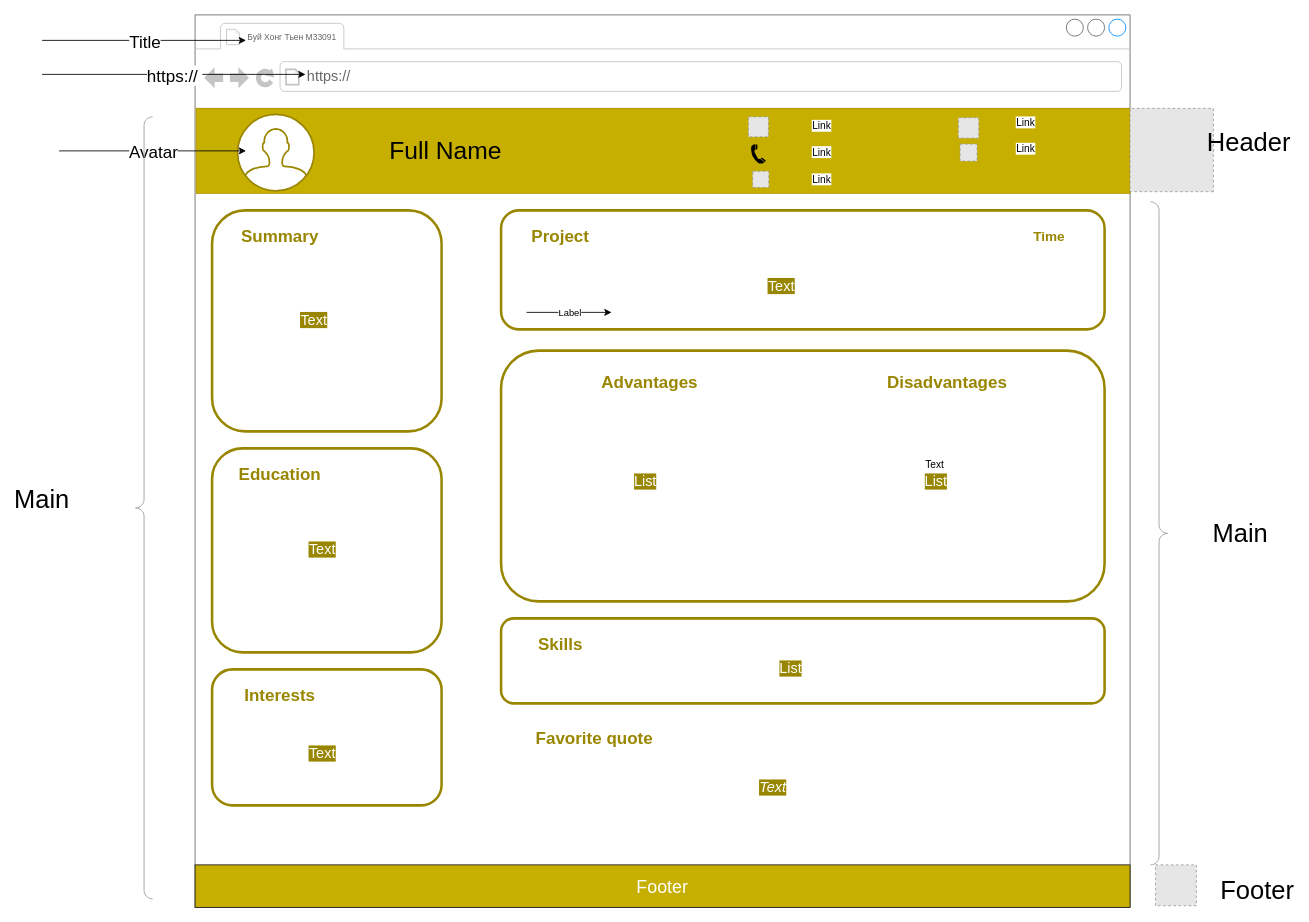
Before: Untitled Diagram.drawio in BuiHongChien/resume-layout, a draw.io diagram. Source tidied: cells renumbered, new cells numbered last; positions are measured from the earlier drawing's top-left corner, leaving out a move shared by most shapes. Both pictures are drawn from the tidied source at 85%, with x=0, y=0 at pixel (25, 14). Pictures stored in the file or linked from it are replaced by grey dashed boxes.
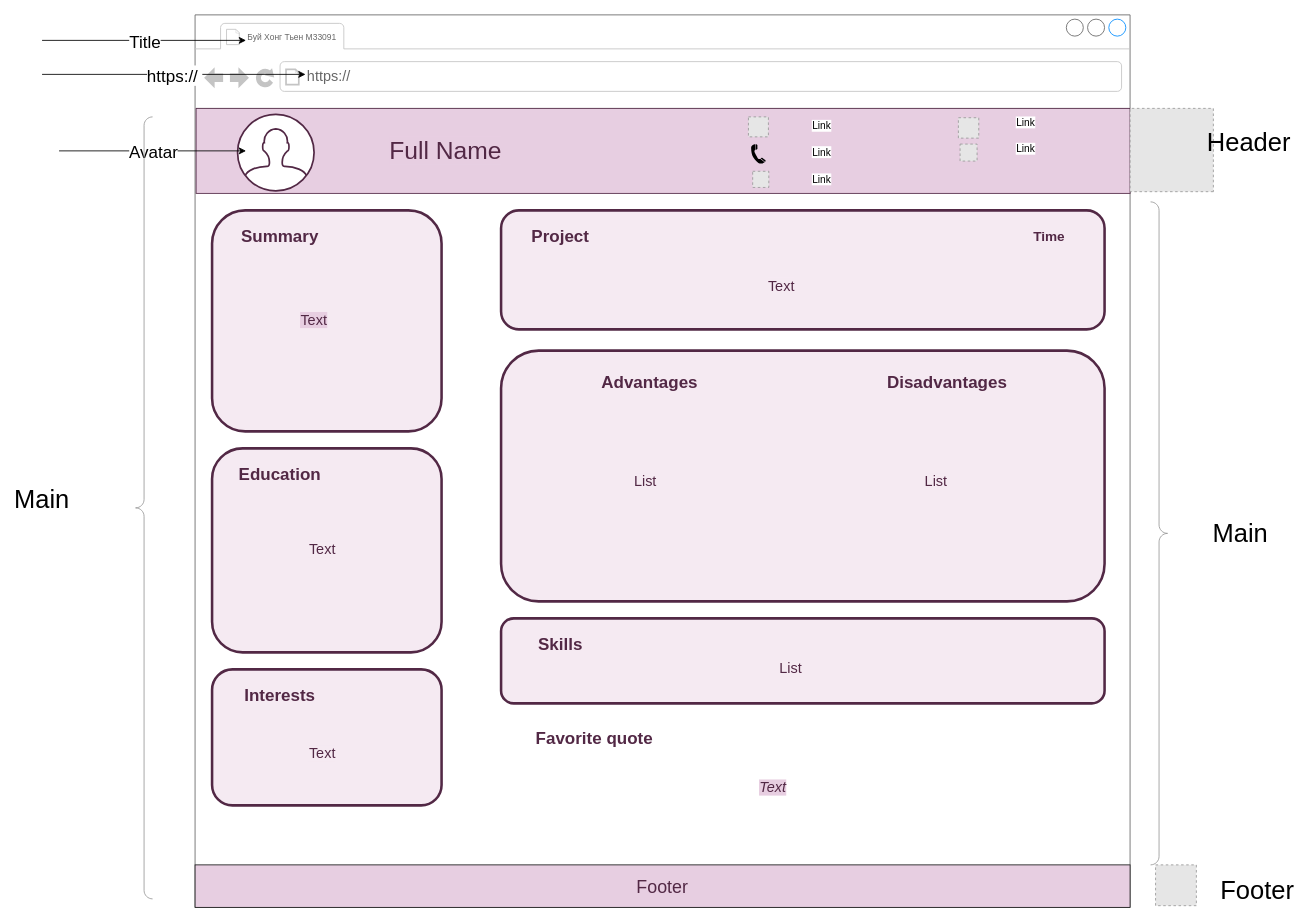
Above is the later version.

Commit message:
Update design graph

The change refers to these unchanged cells:
```xml
<mxCell id="2" style="strokeWidth=1;shadow=0;dashed=0;align=center;html=1;shape=mxgraph.mockup.containers.browserWindow;rSize=0;strokeColor=#666666;strokeColor2=#008cff;strokeColor3=#c4c4c4;mainText=,;" parent="1" vertex="1">
  <mxGeometry x="200" width="1100" height="1050" as="geometry" />
</mxCell>
```

What changed in the source:
```diff
@@
-    <mxCell id="5" style="whiteSpace=wrap;html=1;shadow=0;dashed=0;fontSize=10;align=left;strokeColor=#B09500;fontColor=#ffffff;fillColor=#C7AF00;" parent="2" vertex="1">
+    <mxCell id="5" style="whiteSpace=wrap;html=1;shadow=0;dashed=0;fontSize=10;align=left;fontColor=#522845;fillColor=#e7cee1;strokeColor=#522845;" parent="2" vertex="1">
       <mxGeometry x="1.2" y="110" width="1098.8" height="100" as="geometry" />
     </mxCell>
-    <mxCell id="6" style="html=1;verticalLabelPosition=bottom;align=center;labelBackgroundColor=#ffffff;verticalAlign=top;strokeWidth=2;shadow=0;dashed=0;shape=mxgraph.ios7.icons.user;strokeColor=#998600;" parent="2" vertex="1">
+    <mxCell id="6" style="html=1;verticalLabelPosition=bottom;align=center;labelBackgroundColor=#ffffff;verticalAlign=top;strokeWidth=2;shadow=0;dashed=0;shape=mxgraph.ios7.icons.user;strokeColor=#522845;" parent="2" vertex="1">
       <mxGeometry x="50" y="117" width="90" height="90" as="geometry" />
     </mxCell>
-    <mxCell id="7" value="&lt;font style=&quot;font-size: 29px ; background-color: rgb(199 , 175 , 0)&quot;&gt;Full Name&lt;/font&gt;" style="text;html=1;strokeColor=none;fillColor=none;align=center;verticalAlign=middle;whiteSpace=wrap;rounded=0;" parent="2" vertex="1">
+    <mxCell id="7" value="&lt;font style=&quot;font-size: 29px ; background-color: rgb(231 , 206 , 225)&quot; color=&quot;#522845&quot;&gt;Full Name&lt;/font&gt;" style="text;html=1;strokeColor=none;fillColor=none;align=center;verticalAlign=middle;whiteSpace=wrap;rounded=0;" parent="2" vertex="1">
       <mxGeometry x="160" y="140" width="270" height="40" as="geometry" />
     </mxCell>
@@
-    <mxCell id="14" style="rounded=1;whiteSpace=wrap;html=1;strokeColor=#998600;strokeWidth=3;" parent="2" vertex="1">
+    <mxCell id="14" style="rounded=1;whiteSpace=wrap;html=1;strokeWidth=3;labelBorderColor=#522845;strokeColor=#522845;fillColor=#f5eaf2;" parent="2" vertex="1">
       <mxGeometry x="20" y="230" width="270" height="260" as="geometry" />
     </mxCell>
-    <mxCell id="15" value="&lt;font size=&quot;1&quot; color=&quot;#998600&quot;&gt;&lt;b style=&quot;font-size: 20px&quot;&gt;Summary&lt;/b&gt;&lt;/font&gt;" style="text;html=1;strokeColor=none;fillColor=none;align=center;verticalAlign=middle;whiteSpace=wrap;rounded=0;" parent="2" vertex="1">
+    <mxCell id="15" value="&lt;font size=&quot;1&quot; color=&quot;#522845&quot;&gt;&lt;b style=&quot;font-size: 20px&quot;&gt;Summary&lt;/b&gt;&lt;/font&gt;" style="text;html=1;strokeColor=none;fillColor=none;align=center;verticalAlign=middle;whiteSpace=wrap;rounded=0;" parent="2" vertex="1">
       <mxGeometry x="80" y="250" width="40" height="20" as="geometry" />
     </mxCell>
-    <mxCell id="16" value="&lt;font color=&quot;#ffffff&quot; style=&quot;font-size: 17px ; background-color: rgb(153 , 134 , 0)&quot;&gt;Text&lt;/font&gt;" style="text;html=1;strokeColor=none;fillColor=none;align=center;verticalAlign=middle;whiteSpace=wrap;rounded=0;" parent="2" vertex="1">
+    <mxCell id="16" value="&lt;font style=&quot;font-size: 17px ; background-color: rgb(231 , 206 , 225)&quot; color=&quot;#522845&quot;&gt;Text&lt;/font&gt;" style="text;html=1;strokeColor=none;fillColor=none;align=center;verticalAlign=middle;whiteSpace=wrap;rounded=0;" parent="2" vertex="1">
       <mxGeometry x="90" y="320" width="100" height="80" as="geometry" />
     </mxCell>
-    <mxCell id="17" style="rounded=1;whiteSpace=wrap;html=1;strokeColor=#998600;strokeWidth=3;" parent="2" vertex="1">
+    <mxCell id="17" style="rounded=1;whiteSpace=wrap;html=1;strokeWidth=3;strokeColor=#522845;fillColor=#F5EAF2;" parent="2" vertex="1">
       <mxGeometry x="20" y="510" width="270" height="240" as="geometry" />
     </mxCell>
-    <mxCell id="18" value="&lt;font style=&quot;font-size: 20px&quot; color=&quot;#998600&quot;&gt;&lt;b&gt;Education&lt;/b&gt;&lt;/font&gt;" style="text;html=1;strokeColor=none;fillColor=none;align=center;verticalAlign=middle;whiteSpace=wrap;rounded=0;" parent="2" vertex="1">
+    <mxCell id="18" value="&lt;font style=&quot;font-size: 20px&quot; color=&quot;#522845&quot;&gt;&lt;b&gt;Education&lt;/b&gt;&lt;/font&gt;" style="text;html=1;strokeColor=none;fillColor=none;align=center;verticalAlign=middle;whiteSpace=wrap;rounded=0;" parent="2" vertex="1">
       <mxGeometry x="50" y="530" width="100" height="20" as="geometry" />
     </mxCell>
-    <mxCell id="19" value="&lt;font color=&quot;#ffffff&quot; style=&quot;font-size: 17px ; background-color: rgb(153 , 134 , 0)&quot;&gt;Text&lt;/font&gt;" style="text;html=1;strokeColor=none;fillColor=none;align=center;verticalAlign=middle;whiteSpace=wrap;rounded=0;" parent="2" vertex="1">
+    <mxCell id="19" value="&lt;font style=&quot;font-size: 17px ; background-color: rgb(245 , 234 , 242)&quot; color=&quot;#522845&quot;&gt;Text&lt;/font&gt;" style="text;html=1;strokeColor=none;fillColor=none;align=center;verticalAlign=middle;whiteSpace=wrap;rounded=0;" parent="2" vertex="1">
       <mxGeometry x="100" y="590" width="100" height="80" as="geometry" />
     </mxCell>
@@
-    <mxCell id="24" style="rounded=1;whiteSpace=wrap;html=1;strokeColor=#998600;strokeWidth=3;fillColor=#FFFFFF;" parent="2" vertex="1">
+    <mxCell id="24" style="rounded=1;whiteSpace=wrap;html=1;strokeWidth=3;strokeColor=#522845;fillColor=#F5EAF2;" parent="2" vertex="1">
       <mxGeometry x="360" y="230" width="710" height="140" as="geometry" />
     </mxCell>
-    <mxCell id="25" value="&lt;font size=&quot;1&quot; color=&quot;#998600&quot;&gt;&lt;b style=&quot;font-size: 20px&quot;&gt;Project&lt;/b&gt;&lt;/font&gt;" style="text;html=1;strokeColor=none;fillColor=none;align=center;verticalAlign=middle;whiteSpace=wrap;rounded=0;" parent="2" vertex="1">
+    <mxCell id="25" value="&lt;font size=&quot;1&quot; color=&quot;#522845&quot;&gt;&lt;b style=&quot;font-size: 20px&quot;&gt;Project&lt;/b&gt;&lt;/font&gt;" style="text;html=1;strokeColor=none;fillColor=none;align=center;verticalAlign=middle;whiteSpace=wrap;rounded=0;" parent="2" vertex="1">
       <mxGeometry x="390" y="250" width="80" height="20" as="geometry" />
     </mxCell>
-    <mxCell id="26" value="&lt;font size=&quot;1&quot; color=&quot;#998600&quot;&gt;&lt;b style=&quot;font-size: 16px&quot;&gt;Time&lt;/b&gt;&lt;/font&gt;" style="text;html=1;strokeColor=none;fillColor=none;align=center;verticalAlign=middle;whiteSpace=wrap;rounded=0;" parent="2" vertex="1">
+    <mxCell id="26" value="&lt;font size=&quot;1&quot; color=&quot;#522845&quot;&gt;&lt;b style=&quot;font-size: 16px&quot;&gt;Time&lt;/b&gt;&lt;/font&gt;" style="text;html=1;strokeColor=none;fillColor=none;align=center;verticalAlign=middle;whiteSpace=wrap;rounded=0;" parent="2" vertex="1">
       <mxGeometry x="985" y="250" width="40" height="20" as="geometry" />
     </mxCell>
-    <mxCell id="27" value="&lt;font color=&quot;#ffffff&quot; style=&quot;font-size: 17px ; background-color: rgb(153 , 134 , 0)&quot;&gt;Text&lt;/font&gt;" style="text;html=1;strokeColor=none;fillColor=none;align=center;verticalAlign=middle;whiteSpace=wrap;rounded=0;" parent="2" vertex="1">
+    <mxCell id="27" value="&lt;font style=&quot;font-size: 17px ; background-color: rgb(245 , 234 , 242)&quot; color=&quot;#522845&quot;&gt;Text&lt;/font&gt;" style="text;html=1;strokeColor=none;fillColor=none;align=center;verticalAlign=middle;whiteSpace=wrap;rounded=0;" parent="2" vertex="1">
       <mxGeometry x="640" y="280" width="100" height="80" as="geometry" />
     </mxCell>
-    <mxCell id="28" style="rounded=1;whiteSpace=wrap;html=1;strokeColor=#998600;strokeWidth=3;fillColor=#FFFFFF;" parent="2" vertex="1">
+    <mxCell id="28" style="rounded=1;whiteSpace=wrap;html=1;strokeWidth=3;labelBorderColor=#522845;strokeColor=#522845;fillColor=#F5EAF2;" parent="2" vertex="1">
       <mxGeometry x="360" y="395" width="710" height="295" as="geometry" />
     </mxCell>
-    <mxCell id="29" value="&lt;div&gt;&lt;font color=&quot;#998600&quot;&gt;&lt;span style=&quot;font-size: 20px&quot;&gt;&lt;b&gt;Advantages&lt;/b&gt;&lt;/span&gt;&lt;/font&gt;&lt;/div&gt;&lt;div&gt;&lt;br&gt;&lt;/div&gt;" style="text;html=1;strokeColor=none;fillColor=none;align=center;verticalAlign=middle;whiteSpace=wrap;rounded=0;" parent="2" vertex="1">
+    <mxCell id="29" value="&lt;div&gt;&lt;span style=&quot;font-size: 20px&quot;&gt;&lt;b&gt;&lt;font color=&quot;#522845&quot;&gt;Advantages&lt;/font&gt;&lt;/b&gt;&lt;/span&gt;&lt;/div&gt;&lt;div&gt;&lt;br&gt;&lt;/div&gt;" style="text;html=1;strokeColor=none;fillColor=none;align=center;verticalAlign=middle;whiteSpace=wrap;rounded=0;" parent="2" vertex="1">
       <mxGeometry x="480" y="430" width="110" height="20" as="geometry" />
     </mxCell>
-    <mxCell id="30" value="&lt;div&gt;&lt;font color=&quot;#998600&quot;&gt;&lt;span style=&quot;font-size: 20px&quot;&gt;&lt;b&gt;Disadvantages&lt;/b&gt;&lt;/span&gt;&lt;/font&gt;&lt;/div&gt;&lt;div&gt;&lt;br&gt;&lt;/div&gt;" style="text;html=1;strokeColor=none;fillColor=none;align=center;verticalAlign=middle;whiteSpace=wrap;rounded=0;" parent="2" vertex="1">
+    <mxCell id="30" value="&lt;div&gt;&lt;span style=&quot;font-size: 20px&quot;&gt;&lt;b&gt;&lt;font color=&quot;#522845&quot;&gt;Disadvantages&lt;/font&gt;&lt;/b&gt;&lt;/span&gt;&lt;/div&gt;&lt;div&gt;&lt;br&gt;&lt;/div&gt;" style="text;html=1;strokeColor=none;fillColor=none;align=center;verticalAlign=middle;whiteSpace=wrap;rounded=0;" parent="2" vertex="1">
       <mxGeometry x="830" y="430" width="110" height="20" as="geometry" />
     </mxCell>
-    <mxCell id="31" value="&lt;font color=&quot;#ffffff&quot; style=&quot;font-size: 17px ; background-color: rgb(153 , 134 , 0)&quot;&gt;List&lt;/font&gt;" style="text;html=1;strokeColor=none;fillColor=none;align=center;verticalAlign=middle;whiteSpace=wrap;rounded=0;" parent="2" vertex="1">
+    <mxCell id="31" value="&lt;font style=&quot;font-size: 17px ; background-color: rgb(245 , 234 , 242)&quot; color=&quot;#522845&quot;&gt;List&lt;/font&gt;" style="text;html=1;strokeColor=none;fillColor=none;align=center;verticalAlign=middle;whiteSpace=wrap;rounded=0;" parent="2" vertex="1">
       <mxGeometry x="480" y="510" width="100" height="80" as="geometry" />
     </mxCell>
-    <mxCell id="32" value="&lt;font color=&quot;#ffffff&quot; style=&quot;font-size: 17px ; background-color: rgb(153 , 134 , 0)&quot;&gt;List&lt;/font&gt;" style="text;html=1;strokeColor=none;fillColor=none;align=center;verticalAlign=middle;whiteSpace=wrap;rounded=0;" parent="2" vertex="1">
+    <mxCell id="32" value="&lt;font style=&quot;font-size: 17px ; background-color: rgb(245 , 234 , 242)&quot; color=&quot;#522845&quot;&gt;List&lt;/font&gt;" style="text;html=1;strokeColor=none;fillColor=none;align=center;verticalAlign=middle;whiteSpace=wrap;rounded=0;" parent="2" vertex="1">
       <mxGeometry x="822" y="510" width="100" height="80" as="geometry" />
     </mxCell>
-    <mxCell id="33" style="rounded=1;whiteSpace=wrap;html=1;strokeColor=#998600;strokeWidth=3;fillColor=#FFFFFF;" parent="2" vertex="1">
+    <mxCell id="33" style="rounded=1;whiteSpace=wrap;html=1;strokeWidth=3;strokeColor=#522845;fillColor=#F5EAF2;" parent="2" vertex="1">
       <mxGeometry x="360" y="710" width="710" height="100" as="geometry" />
     </mxCell>
-    <mxCell id="34" value="&lt;div&gt;&lt;font color=&quot;#998600&quot;&gt;&lt;span style=&quot;font-size: 20px&quot;&gt;&lt;b&gt;Skills&lt;/b&gt;&lt;/span&gt;&lt;/font&gt;&lt;/div&gt;" style="text;html=1;strokeColor=none;fillColor=none;align=center;verticalAlign=middle;whiteSpace=wrap;rounded=0;" parent="2" vertex="1">
+    <mxCell id="34" value="&lt;div&gt;&lt;span style=&quot;font-size: 20px&quot;&gt;&lt;b&gt;&lt;font color=&quot;#522845&quot;&gt;Skills&lt;/font&gt;&lt;/b&gt;&lt;/span&gt;&lt;/div&gt;" style="text;html=1;strokeColor=none;fillColor=none;align=center;verticalAlign=middle;whiteSpace=wrap;rounded=0;" parent="2" vertex="1">
       <mxGeometry x="400" y="730" width="60" height="20" as="geometry" />
     </mxCell>
-    <mxCell id="35" value="&lt;font color=&quot;#ffffff&quot; style=&quot;font-size: 17px ; background-color: rgb(153 , 134 , 0)&quot;&gt;List&lt;/font&gt;" style="text;html=1;strokeColor=none;fillColor=none;align=center;verticalAlign=middle;whiteSpace=wrap;rounded=0;" parent="2" vertex="1">
+    <mxCell id="35" value="&lt;font style=&quot;font-size: 17px ; background-color: rgb(245 , 234 , 242)&quot; color=&quot;#522845&quot;&gt;List&lt;/font&gt;" style="text;html=1;strokeColor=none;fillColor=none;align=center;verticalAlign=middle;whiteSpace=wrap;rounded=0;" parent="2" vertex="1">
       <mxGeometry x="651" y="730" width="100" height="80" as="geometry" />
     </mxCell>
-    <mxCell id="36" style="rounded=1;whiteSpace=wrap;html=1;strokeColor=#998600;strokeWidth=3;fillColor=#FFFFFF;" parent="2" vertex="1">
+    <mxCell id="36" style="rounded=1;whiteSpace=wrap;html=1;strokeWidth=3;strokeColor=#522845;fillColor=#F5EAF2;" parent="2" vertex="1">
       <mxGeometry x="20" y="770" width="270" height="160" as="geometry" />
     </mxCell>
-    <mxCell id="37" value="&lt;font style=&quot;font-size: 20px&quot; color=&quot;#998600&quot;&gt;&lt;b&gt;Interests&lt;/b&gt;&lt;/font&gt;" style="text;html=1;strokeColor=none;fillColor=none;align=center;verticalAlign=middle;whiteSpace=wrap;rounded=0;" parent="2" vertex="1">
+    <mxCell id="37" value="&lt;font style=&quot;font-size: 20px&quot; color=&quot;#522845&quot;&gt;&lt;b&gt;Interests&lt;/b&gt;&lt;/font&gt;" style="text;html=1;strokeColor=none;fillColor=none;align=center;verticalAlign=middle;whiteSpace=wrap;rounded=0;" parent="2" vertex="1">
       <mxGeometry x="50" y="790" width="100" height="20" as="geometry" />
     </mxCell>
-    <mxCell id="38" value="&lt;font color=&quot;#ffffff&quot; style=&quot;font-size: 17px ; background-color: rgb(153 , 134 , 0)&quot;&gt;Text&lt;/font&gt;" style="text;html=1;strokeColor=none;fillColor=none;align=center;verticalAlign=middle;whiteSpace=wrap;rounded=0;" parent="2" vertex="1">
+    <mxCell id="38" value="&lt;font style=&quot;font-size: 17px ; background-color: rgb(245 , 234 , 242)&quot; color=&quot;#522845&quot;&gt;Text&lt;/font&gt;" style="text;html=1;strokeColor=none;fillColor=none;align=center;verticalAlign=middle;whiteSpace=wrap;rounded=0;" parent="2" vertex="1">
       <mxGeometry x="100" y="830" width="100" height="80" as="geometry" />
     </mxCell>
-    <mxCell id="39" value="&lt;font color=&quot;#998600&quot;&gt;&lt;span style=&quot;font-size: 20px&quot;&gt;&lt;b&gt;Favorite quote&lt;/b&gt;&lt;/span&gt;&lt;/font&gt;" style="text;html=1;strokeColor=none;fillColor=none;align=center;verticalAlign=middle;whiteSpace=wrap;rounded=0;" parent="2" vertex="1">
+    <mxCell id="39" value="&lt;span style=&quot;font-size: 20px&quot;&gt;&lt;b&gt;&lt;font color=&quot;#522845&quot;&gt;Favorite quote&lt;/font&gt;&lt;/b&gt;&lt;/span&gt;" style="text;html=1;strokeColor=none;fillColor=none;align=center;verticalAlign=middle;whiteSpace=wrap;rounded=0;" parent="2" vertex="1">
       <mxGeometry x="400" y="840" width="140" height="20" as="geometry" />
     </mxCell>
-    <mxCell id="40" value="&lt;font color=&quot;#ffffff&quot; style=&quot;font-size: 17px ; background-color: rgb(153 , 134 , 0)&quot;&gt;&lt;i&gt;Text&lt;/i&gt;&lt;/font&gt;" style="text;html=1;strokeColor=none;fillColor=none;align=center;verticalAlign=middle;whiteSpace=wrap;rounded=0;" parent="2" vertex="1">
+    <mxCell id="40" value="&lt;font style=&quot;font-size: 17px&quot; color=&quot;#522845&quot;&gt;&lt;i style=&quot;background-color: rgb(231 , 206 , 225)&quot;&gt;Text&lt;/i&gt;&lt;/font&gt;" style="text;html=1;strokeColor=none;fillColor=none;align=center;verticalAlign=middle;whiteSpace=wrap;rounded=0;" parent="2" vertex="1">
       <mxGeometry x="630" y="870" width="100" height="80" as="geometry" />
     </mxCell>
-    <mxCell id="41" value="&lt;font style=&quot;font-size: 21px&quot;&gt;Footer&lt;/font&gt;" style="whiteSpace=wrap;html=1;shadow=0;dashed=0;fontSize=10;align=center;strokeColor=#1A1A1A;fontColor=#FFFFFF;fillColor=#C7AF00;" parent="2" vertex="1">
+    <mxCell id="41" value="&lt;font style=&quot;font-size: 21px&quot; color=&quot;#522845&quot;&gt;Footer&lt;/font&gt;" style="whiteSpace=wrap;html=1;shadow=0;dashed=0;fontSize=10;align=center;strokeColor=#1A1A1A;fontColor=#FFFFFF;fillColor=#E7CEE1;" parent="2" vertex="1">
       <mxGeometry y="1000" width="1100" height="50" as="geometry" />
     </mxCell>
@@
-    <mxCell id="48" style="endArrow=classic;html=1;" parent="1" edge="1">
-      <mxGeometry relative="1" as="geometry">
-        <mxPoint x="590" y="350" as="sourcePoint" />
-        <mxPoint x="690" y="350" as="targetPoint" />
-      </mxGeometry>
-    </mxCell>
-    <mxCell id="49" value="Label" style="edgeLabel;html=1;align=center;verticalAlign=middle;" parent="48" vertex="1">
-      <mxGeometry relative="1" as="geometry" />
-    </mxCell>
@@
-    <mxCell id="51" value="Text" style="text;html=1;align=center;verticalAlign=middle;fillColor=none;strokeColor=none;rounded=0;" parent="1" vertex="1">
-      <mxGeometry x="1050" y="520" width="40" height="20" as="geometry" />
-    </mxCell>
```
